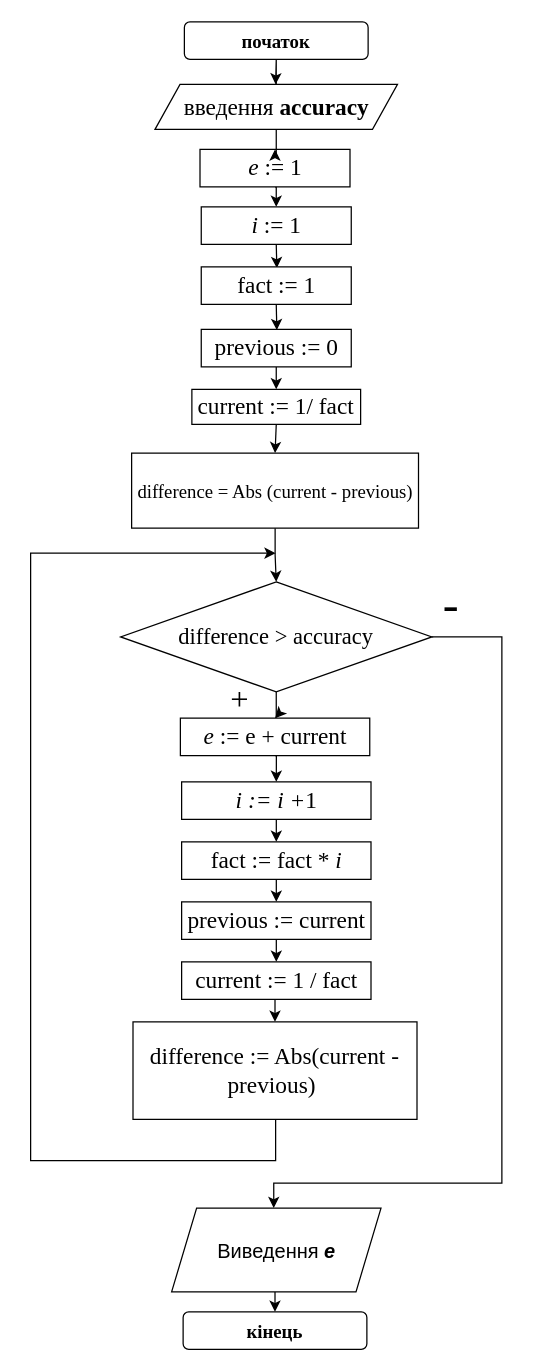
muzy4ukV/ACD keeps this draw.io diagram as Лабораторна 3/1234 (2).drawio. Above is the earlier version. Source tidied: cells renumbered, new cells numbered last; positions are measured from the earlier drawing's top-left corner, leaving out a move shared by most shapes. Both pictures are drawn from the tidied source at 125%, with x=0, y=0 at pixel (30, 21).
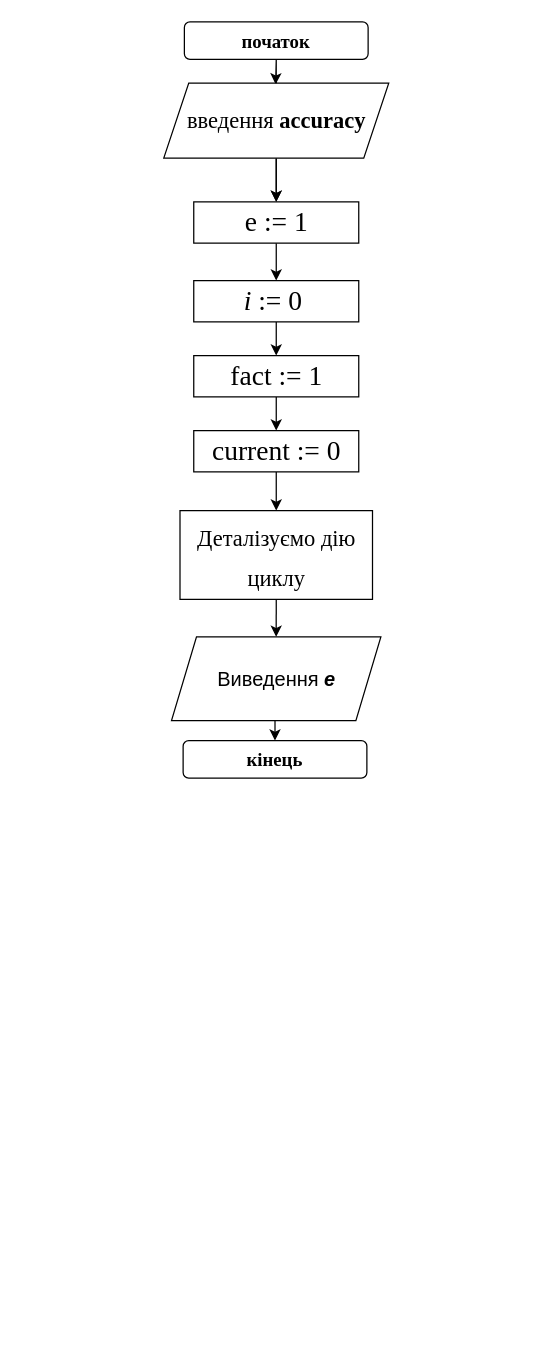
The same diagram, later.

The edit, as a diff of the source:
```diff
@@
     <mxCell id="4" style="edgeStyle=orthogonalEdgeStyle;rounded=0;jettySize=auto;html=1;exitX=0.5;exitY=1;exitDx=0;exitDy=0;entryX=0.5;entryY=0;entryDx=0;entryDy=0;fontFamily=Times New Roman;fontSize=18;" parent="1" edge="1" target="5">
       <mxGeometry relative="1" as="geometry">
-        <mxPoint x="194.5" y="1009" as="sourcePoint" />
+        <mxPoint x="194.5" y="552" as="sourcePoint" />
       </mxGeometry>
     </mxCell>
     <mxCell id="5" value="&lt;font style=&quot;font-size: 15px&quot; face=&quot;Times New Roman&quot;&gt;&lt;b&gt;кінець&lt;/b&gt;&lt;/font&gt;" style="rounded=1;whiteSpace=wrap;html=1;fontSize=15;" parent="1" vertex="1">
-      <mxGeometry x="122" y="1032" width="147" height="30" as="geometry" />
+      <mxGeometry x="122" y="575" width="147" height="30" as="geometry" />
     </mxCell>
-    <mxCell id="6" style="edgeStyle=orthogonalEdgeStyle;rounded=0;jettySize=auto;html=1;exitX=0.5;exitY=1;exitDx=0;exitDy=0;entryX=0.5;entryY=0;entryDx=0;entryDy=0;fontSize=16;" parent="1" edge="1" source="7" target="9">
-      <mxGeometry relative="1" as="geometry" />
-    </mxCell>
-    <mxCell id="7" value="&lt;font face=&quot;times new roman, serif&quot;&gt;&lt;span style=&quot;font-size: 18.6667px&quot;&gt;&lt;i&gt;е &lt;/i&gt;:= 1&lt;/span&gt;&lt;/font&gt;" style="rounded=0;whiteSpace=wrap;html=1;fontSize=15;" parent="1" vertex="1">
-      <mxGeometry x="135.5" y="102" width="120" height="30" as="geometry" />
-    </mxCell>
-    <mxCell id="8" style="edgeStyle=orthogonalEdgeStyle;rounded=0;jettySize=auto;html=1;exitX=0.5;exitY=1;exitDx=0;exitDy=0;entryX=0.504;entryY=0.033;entryDx=0;entryDy=0;entryPerimeter=0;fontSize=16;" parent="1" edge="1" source="9" target="13">
-      <mxGeometry relative="1" as="geometry" />
-    </mxCell>
-    <mxCell id="9" value="&lt;font face=&quot;times new roman, serif&quot;&gt;&lt;span style=&quot;font-size: 18.6667px&quot;&gt;&lt;i&gt;i&amp;nbsp;&lt;/i&gt;:= 1&lt;/span&gt;&lt;/font&gt;" style="rounded=0;whiteSpace=wrap;html=1;fontSize=15;" parent="1" vertex="1">
-      <mxGeometry x="136.5" y="148" width="120" height="30" as="geometry" />
-    </mxCell>
-    <mxCell id="10" style="edgeStyle=orthogonalEdgeStyle;rounded=0;jettySize=auto;html=1;exitX=0.5;exitY=1;exitDx=0;exitDy=0;fontSize=16;" parent="1" edge="1" source="11" target="7">
-      <mxGeometry relative="1" as="geometry" />
-    </mxCell>
+    <mxCell id="37" value="&lt;span style=&quot;font-size: 16px&quot;&gt;Виведення&amp;nbsp;&lt;/span&gt;&lt;i style=&quot;font-size: 16px&quot;&gt;&lt;b&gt;е&lt;/b&gt;&lt;/i&gt;" style="shape=parallelogram;perimeter=parallelogramPerimeter;whiteSpace=wrap;html=1;fixedSize=1;" parent="1" vertex="1">
+      <mxGeometry x="112.7" y="492" width="167.5" height="67" as="geometry" />
+    </mxCell>
+    <mxCell id="38" style="edgeStyle=orthogonalEdgeStyle;rounded=0;jettySize=auto;html=1;exitX=0.5;exitY=1;exitDx=0;exitDy=0;entryX=0.5;entryY=0;entryDx=0;entryDy=0;fontFamily=Helvetica;fontSize=15;" parent="1" edge="1" source="39" target="37">
+      <mxGeometry relative="1" as="geometry" />
+    </mxCell>
+    <mxCell id="39" value="&lt;p&gt;&lt;font style=&quot;font-size: 18px&quot; face=&quot;Times New Roman&quot;&gt;Деталізуємо дію циклу&lt;/font&gt;&lt;/p&gt;" style="rounded=0;whiteSpace=wrap;html=1;fontSize=26;align=center;" parent="1" vertex="1">
+      <mxGeometry x="119.5" y="391" width="154" height="71" as="geometry" />
+    </mxCell>
+    <mxCell id="40" style="edgeStyle=orthogonalEdgeStyle;rounded=0;jettySize=auto;html=1;fontFamily=Helvetica;fontSize=15;" parent="1" edge="1" source="41" target="45">
+      <mxGeometry relative="1" as="geometry" />
+    </mxCell>
+    <mxCell id="41" value="&lt;font face=&quot;Times New Roman&quot; style=&quot;font-size: 22px&quot;&gt;e := 1&lt;/font&gt;" style="rounded=0;whiteSpace=wrap;html=1;fontFamily=Helvetica;fontSize=15;align=center;" parent="1" vertex="1">
+      <mxGeometry x="130.5" y="144" width="132" height="33" as="geometry" />
+    </mxCell>
+    <mxCell id="42" style="edgeStyle=orthogonalEdgeStyle;rounded=0;jettySize=auto;html=1;exitX=0.5;exitY=1;exitDx=0;exitDy=0;entryX=0.5;entryY=0;entryDx=0;entryDy=0;fontFamily=Helvetica;fontSize=15;" parent="1" edge="1" source="11" target="41">
+      <mxGeometry relative="1" as="geometry" />
+    </mxCell>
+    <mxCell id="43" style="edgeStyle=orthogonalEdgeStyle;rounded=0;jettySize=auto;html=1;fontFamily=Helvetica;fontSize=15;" parent="1" edge="1" source="11" target="41">
+      <mxGeometry relative="1" as="geometry" />
+    </mxCell>
-    <mxCell id="11" value="&lt;span lang=&quot;UK&quot; style=&quot;font-size: 14.0pt ; line-height: 115% ; font-family: &amp;#34;times new roman&amp;#34; , serif&quot;&gt;введення&lt;b&gt;&amp;nbsp;accuracy&lt;/b&gt;&lt;/span&gt;" style="shape=parallelogram;perimeter=parallelogramPerimeter;whiteSpace=wrap;html=1;fixedSize=1;fontFamily=Times New Roman;fontSize=15;" parent="1" vertex="1">
-      <mxGeometry x="99.5" y="50" width="194" height="36" as="geometry" />
+    <mxCell id="11" value="&lt;font style=&quot;font-size: 18px&quot; face=&quot;Times New Roman&quot;&gt;введення &lt;b&gt;accuracy&lt;/b&gt;&lt;/font&gt;" style="shape=parallelogram;perimeter=parallelogramPerimeter;whiteSpace=wrap;html=1;fixedSize=1;fontFamily=Helvetica;fontSize=15;align=center;" parent="1" vertex="1">
+      <mxGeometry x="106.5" y="49" width="180" height="60" as="geometry" />
     </mxCell>
-    <mxCell id="12" style="edgeStyle=orthogonalEdgeStyle;rounded=0;jettySize=auto;html=1;exitX=0.5;exitY=1;exitDx=0;exitDy=0;entryX=0.504;entryY=0.02;entryDx=0;entryDy=0;entryPerimeter=0;fontSize=16;" parent="1" edge="1" source="13" target="15">
-      <mxGeometry relative="1" as="geometry" />
-    </mxCell>
+    <mxCell id="44" style="edgeStyle=orthogonalEdgeStyle;rounded=0;jettySize=auto;html=1;fontFamily=Times New Roman;fontSize=18;" parent="1" edge="1" source="45" target="13">
+      <mxGeometry relative="1" as="geometry" />
+    </mxCell>
+    <mxCell id="45" value="&lt;font face=&quot;Times New Roman&quot; style=&quot;font-size: 22px&quot;&gt;&lt;i&gt;i&lt;/i&gt; := 0&amp;nbsp;&lt;/font&gt;" style="rounded=0;whiteSpace=wrap;html=1;fontFamily=Helvetica;fontSize=15;align=center;" parent="1" vertex="1">
+      <mxGeometry x="130.5" y="207" width="132" height="33" as="geometry" />
+    </mxCell>
+    <mxCell id="46" style="edgeStyle=orthogonalEdgeStyle;rounded=0;jettySize=auto;html=1;fontFamily=Times New Roman;fontSize=18;" parent="1" edge="1" source="13" target="48">
+      <mxGeometry relative="1" as="geometry" />
+    </mxCell>
-    <mxCell id="13" value="&lt;font face=&quot;times new roman, serif&quot;&gt;&lt;span style=&quot;font-size: 18.6667px&quot;&gt;fact&lt;i&gt;&amp;nbsp;&lt;/i&gt;:= 1&lt;/span&gt;&lt;/font&gt;" style="rounded=0;whiteSpace=wrap;html=1;fontSize=15;" parent="1" vertex="1">
-      <mxGeometry x="136.5" y="196" width="120" height="30" as="geometry" />
+    <mxCell id="13" value="&lt;font face=&quot;Times New Roman&quot;&gt;&lt;span style=&quot;font-size: 22px&quot;&gt;fact := 1&lt;/span&gt;&lt;/font&gt;" style="rounded=0;whiteSpace=wrap;html=1;fontFamily=Helvetica;fontSize=15;align=center;" parent="1" vertex="1">
+      <mxGeometry x="130.5" y="267" width="132" height="33" as="geometry" />
     </mxCell>
-    <mxCell id="14" style="edgeStyle=orthogonalEdgeStyle;rounded=0;jettySize=auto;html=1;exitX=0.5;exitY=1;exitDx=0;exitDy=0;entryX=0.5;entryY=0;entryDx=0;entryDy=0;fontSize=16;" parent="1" edge="1" source="15" target="17">
-      <mxGeometry relative="1" as="geometry" />
-    </mxCell>
-    <mxCell id="15" value="&lt;font face=&quot;times new roman, serif&quot;&gt;&lt;span style=&quot;font-size: 18.6667px&quot;&gt;previous&lt;i&gt;&amp;nbsp;&lt;/i&gt;:= 0&lt;/span&gt;&lt;/font&gt;" style="rounded=0;whiteSpace=wrap;html=1;fontSize=15;" parent="1" vertex="1">
-      <mxGeometry x="136.5" y="246" width="120" height="30" as="geometry" />
-    </mxCell>
-    <mxCell id="16" style="edgeStyle=orthogonalEdgeStyle;rounded=0;jettySize=auto;html=1;exitX=0.5;exitY=1;exitDx=0;exitDy=0;entryX=0.5;entryY=0;entryDx=0;entryDy=0;fontFamily=Times New Roman;fontSize=15;" parent="1" edge="1" source="17" target="19">
-      <mxGeometry relative="1" as="geometry" />
-    </mxCell>
-    <mxCell id="17" value="&lt;font face=&quot;times new roman, serif&quot;&gt;&lt;span style=&quot;font-size: 18.6667px&quot;&gt;current&lt;i&gt;&amp;nbsp;&lt;/i&gt;:= 1/ fact&lt;/span&gt;&lt;/font&gt;" style="rounded=0;whiteSpace=wrap;html=1;fontSize=15;" parent="1" vertex="1">
-      <mxGeometry x="129" y="294" width="135" height="28" as="geometry" />
-    </mxCell>
-    <mxCell id="18" style="edgeStyle=orthogonalEdgeStyle;rounded=0;jettySize=auto;html=1;fontFamily=Times New Roman;fontSize=18;" parent="1" edge="1" source="19" target="22">
-      <mxGeometry relative="1" as="geometry" />
-    </mxCell>
-    <mxCell id="19" value="&lt;p&gt;&lt;font face=&quot;Times New Roman&quot; style=&quot;font-size: 15px&quot;&gt;difference = Abs (current - previous)&lt;/font&gt;&lt;/p&gt;" style="rounded=0;whiteSpace=wrap;html=1;" parent="1" vertex="1">
-      <mxGeometry x="80.8" y="345" width="229.5" height="60" as="geometry" />
-    </mxCell>
-    <mxCell id="20" style="edgeStyle=orthogonalEdgeStyle;rounded=0;jettySize=auto;html=1;exitX=0.5;exitY=1;exitDx=0;exitDy=0;fontFamily=Times New Roman;fontSize=18;" parent="1" edge="1" source="22" target="24">
-      <mxGeometry relative="1" as="geometry" />
-    </mxCell>
-    <mxCell id="21" style="edgeStyle=orthogonalEdgeStyle;rounded=0;jettySize=auto;html=1;exitX=1;exitY=0.5;exitDx=0;exitDy=0;fontFamily=Times New Roman;fontSize=26;entryX=0.5;entryY=0;entryDx=0;entryDy=0;" parent="1" edge="1" source="22">
-      <mxGeometry relative="1" as="geometry">
-        <mxPoint x="194.5" y="949" as="targetPoint" />
-        <Array as="points">
-          <mxPoint x="377" y="492" />
-          <mxPoint x="377" y="929" />
-          <mxPoint x="194" y="929" />
-        </Array>
-      </mxGeometry>
-    </mxCell>
-    <mxCell id="22" value="&lt;font style=&quot;font-size: 18px&quot;&gt;difference &amp;gt; accuracy&lt;/font&gt;" style="rhombus;whiteSpace=wrap;html=1;fontFamily=Times New Roman;fontSize=15;" parent="1" vertex="1">
-      <mxGeometry x="72" y="448" width="249" height="88" as="geometry" />
-    </mxCell>
-    <mxCell id="23" style="edgeStyle=orthogonalEdgeStyle;rounded=0;jettySize=auto;html=1;exitX=0.5;exitY=1;exitDx=0;exitDy=0;entryX=0.5;entryY=0;entryDx=0;entryDy=0;fontFamily=Times New Roman;fontSize=18;" parent="1" edge="1" source="24" target="26">
-      <mxGeometry relative="1" as="geometry" />
-    </mxCell>
-    <mxCell id="24" value="&lt;font face=&quot;times new roman, serif&quot;&gt;&lt;span style=&quot;font-size: 18.6667px&quot;&gt;&lt;i&gt;е &lt;/i&gt;:= e + current&lt;/span&gt;&lt;/font&gt;" style="rounded=0;whiteSpace=wrap;html=1;fontSize=15;" parent="1" vertex="1">
-      <mxGeometry x="119.8" y="557" width="151.5" height="30" as="geometry" />
-    </mxCell>
-    <mxCell id="25" style="edgeStyle=orthogonalEdgeStyle;rounded=0;jettySize=auto;html=1;exitX=0.5;exitY=1;exitDx=0;exitDy=0;entryX=0.5;entryY=0;entryDx=0;entryDy=0;fontFamily=Times New Roman;fontSize=18;" parent="1" edge="1" source="26" target="28">
-      <mxGeometry relative="1" as="geometry" />
-    </mxCell>
-    <mxCell id="26" value="&lt;font face=&quot;times new roman, serif&quot;&gt;&lt;span style=&quot;font-size: 18.6667px&quot;&gt;&lt;i&gt;i := i +&lt;/i&gt;1&lt;/span&gt;&lt;/font&gt;" style="rounded=0;whiteSpace=wrap;html=1;fontSize=15;" parent="1" vertex="1">
-      <mxGeometry x="120.8" y="608" width="151.5" height="30" as="geometry" />
-    </mxCell>
-    <mxCell id="27" style="edgeStyle=orthogonalEdgeStyle;rounded=0;jettySize=auto;html=1;exitX=0.5;exitY=1;exitDx=0;exitDy=0;entryX=0.5;entryY=0;entryDx=0;entryDy=0;fontFamily=Times New Roman;fontSize=18;" parent="1" edge="1" source="28" target="30">
-      <mxGeometry relative="1" as="geometry" />
-    </mxCell>
-    <mxCell id="28" value="&lt;font face=&quot;times new roman, serif&quot;&gt;&lt;span style=&quot;font-size: 18.6667px&quot;&gt;fact := fact * &lt;i&gt;i&lt;/i&gt;&lt;/span&gt;&lt;/font&gt;" style="rounded=0;whiteSpace=wrap;html=1;fontSize=15;" parent="1" vertex="1">
-      <mxGeometry x="120.8" y="656" width="151.5" height="30" as="geometry" />
-    </mxCell>
-    <mxCell id="29" style="edgeStyle=orthogonalEdgeStyle;rounded=0;jettySize=auto;html=1;exitX=0.5;exitY=1;exitDx=0;exitDy=0;entryX=0.5;entryY=0;entryDx=0;entryDy=0;fontFamily=Times New Roman;fontSize=18;" parent="1" edge="1" source="30" target="32">
-      <mxGeometry relative="1" as="geometry" />
-    </mxCell>
-    <mxCell id="30" value="&lt;font face=&quot;times new roman, serif&quot;&gt;&lt;span style=&quot;font-size: 18.6667px&quot;&gt;previous := current&lt;/span&gt;&lt;/font&gt;" style="rounded=0;whiteSpace=wrap;html=1;fontSize=15;" parent="1" vertex="1">
-      <mxGeometry x="120.8" y="704" width="151.5" height="30" as="geometry" />
-    </mxCell>
-    <mxCell id="31" style="edgeStyle=orthogonalEdgeStyle;rounded=0;jettySize=auto;html=1;exitX=0.5;exitY=1;exitDx=0;exitDy=0;entryX=0.5;entryY=0;entryDx=0;entryDy=0;fontFamily=Times New Roman;fontSize=18;" parent="1" edge="1" source="32" target="33">
-      <mxGeometry relative="1" as="geometry" />
-    </mxCell>
-    <mxCell id="32" value="&lt;font face=&quot;times new roman, serif&quot;&gt;&lt;span style=&quot;font-size: 18.6667px&quot;&gt;current := 1 / fact&lt;/span&gt;&lt;/font&gt;" style="rounded=0;whiteSpace=wrap;html=1;fontSize=15;" parent="1" vertex="1">
-      <mxGeometry x="120.8" y="752" width="151.5" height="30" as="geometry" />
-    </mxCell>
-    <mxCell id="33" value="&lt;font face=&quot;times new roman, serif&quot;&gt;&lt;span style=&quot;font-size: 18.6667px&quot;&gt;difference := Abs(current - previous)&amp;nbsp;&lt;/span&gt;&lt;/font&gt;" style="rounded=0;whiteSpace=wrap;html=1;fontSize=15;" parent="1" vertex="1">
-      <mxGeometry x="81.9" y="800" width="227.2" height="78" as="geometry" />
-    </mxCell>
-    <mxCell id="34" style="endArrow=classic;html=1;rounded=0;fontFamily=Times New Roman;fontSize=18;edgeStyle=orthogonalEdgeStyle;" parent="1" edge="1">
-      <mxGeometry relative="1" as="geometry">
-        <mxPoint x="196" y="878" as="sourcePoint" />
-        <mxPoint x="196" y="425" as="targetPoint" />
-        <Array as="points">
-          <mxPoint x="196" y="911" />
-          <mxPoint y="911" />
-          <mxPoint y="425" />
-        </Array>
-      </mxGeometry>
-    </mxCell>
-    <mxCell id="35" value="+" style="text;html=1;align=center;verticalAlign=middle;strokeColor=none;fillColor=none;fontSize=26;fontFamily=Times New Roman;" parent="1" vertex="1">
-      <mxGeometry x="155" y="525" width="24" height="34" as="geometry" />
-    </mxCell>
-    <mxCell id="36" value="&lt;font style=&quot;font-size: 38px&quot;&gt;-&lt;/font&gt;" style="text;html=1;align=center;verticalAlign=middle;strokeColor=none;fillColor=none;fontSize=26;fontFamily=Times New Roman;" parent="1" vertex="1">
-      <mxGeometry x="324" y="448" width="23" height="38" as="geometry" />
-    </mxCell>
-    <mxCell id="37" value="&lt;span style=&quot;font-size: 16px&quot;&gt;Виведення&amp;nbsp;&lt;/span&gt;&lt;i style=&quot;font-size: 16px&quot;&gt;&lt;b&gt;е&lt;/b&gt;&lt;/i&gt;" style="shape=parallelogram;perimeter=parallelogramPerimeter;whiteSpace=wrap;html=1;fixedSize=1;" parent="1" vertex="1">
-      <mxGeometry x="112.8" y="949" width="167.5" height="67" as="geometry" />
-    </mxCell>
+    <mxCell id="47" style="edgeStyle=orthogonalEdgeStyle;rounded=0;jettySize=auto;html=1;fontFamily=Times New Roman;fontSize=18;" parent="1" edge="1" source="48" target="39">
+      <mxGeometry relative="1" as="geometry" />
+    </mxCell>
+    <mxCell id="48" value="&lt;font face=&quot;Times New Roman&quot;&gt;&lt;span style=&quot;font-size: 22px&quot;&gt;current := 0&lt;/span&gt;&lt;/font&gt;" style="rounded=0;whiteSpace=wrap;html=1;fontFamily=Helvetica;fontSize=15;align=center;" parent="1" vertex="1">
+      <mxGeometry x="130.5" y="327" width="132" height="33" as="geometry" />
+    </mxCell>
```
